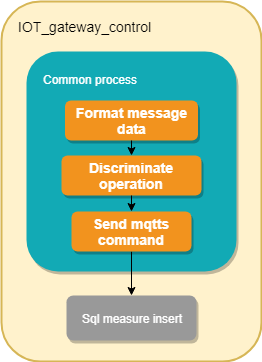
This is figuras/algoritmo_iot_measure.png from juanda2222/iot_and_smart_homes_book, a draw.io export, as it was before one commit. Source tidied: cells renumbered, new cells last; positions are measured from the earlier drawing's top-left corner, leaving out a move shared by most shapes.
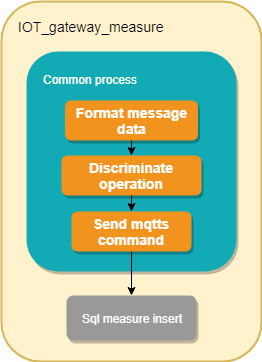
The same diagram one commit later.

Change to the diagram source:
```diff
@@ -2,7 +2,7 @@
   <root>
     <mxCell id="0" />
     <mxCell id="1" parent="0" />
-    <mxCell id="2" value="&lt;font style=&quot;font-size: 14px&quot;&gt;IOT_gateway_control&lt;/font&gt;" style="rounded=1;whiteSpace=wrap;html=1;strokeColor=#d6b656;strokeWidth=2;fillColor=#fff2cc;fontSize=14;fontColor=#000000;align=left;verticalAlign=top;spacingLeft=14;spacingTop=10;textDirection=ltr;" parent="1" vertex="1">
+    <mxCell id="2" value="&lt;font style=&quot;font-size: 14px&quot;&gt;IOT_gateway_measure&lt;/font&gt;" style="rounded=1;whiteSpace=wrap;html=1;strokeColor=#d6b656;strokeWidth=2;fillColor=#fff2cc;fontSize=14;fontColor=#000000;align=left;verticalAlign=top;spacingLeft=14;spacingTop=10;textDirection=ltr;" parent="1" vertex="1">
       <mxGeometry width="260" height="360" as="geometry" />
     </mxCell>
     <mxCell id="3" value="Common process" style="whiteSpace=wrap;rounded=1;fillColor=#12AAB5;strokeColor=none;shadow=1;fontColor=#FFFFFF;align=left;verticalAlign=top;spacingLeft=15;spacingTop=15;" parent="1" vertex="1">
```
